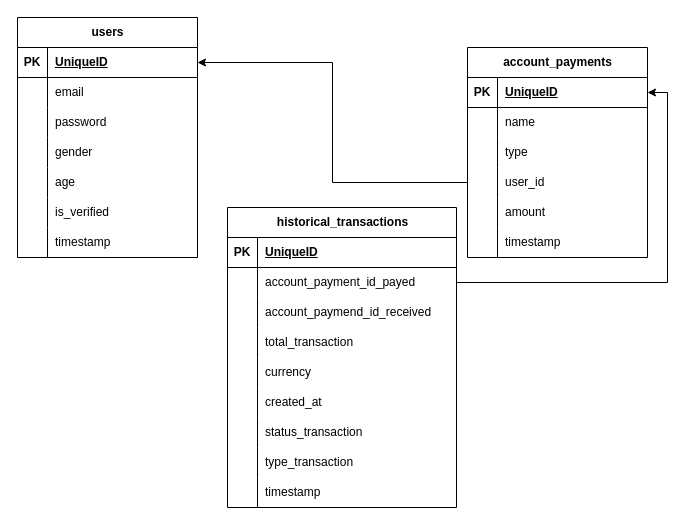
Earlier version of the draw.io diagram entity_relation.drawio (aryadiahmad4689/be-assignment). Source tidied: cells renumbered, new cells numbered last; positions are measured from the earlier drawing's top-left corner, leaving out a move shared by most shapes. Both pictures are drawn from the tidied source at 100%, with x=0, y=0 at pixel (17, 17).
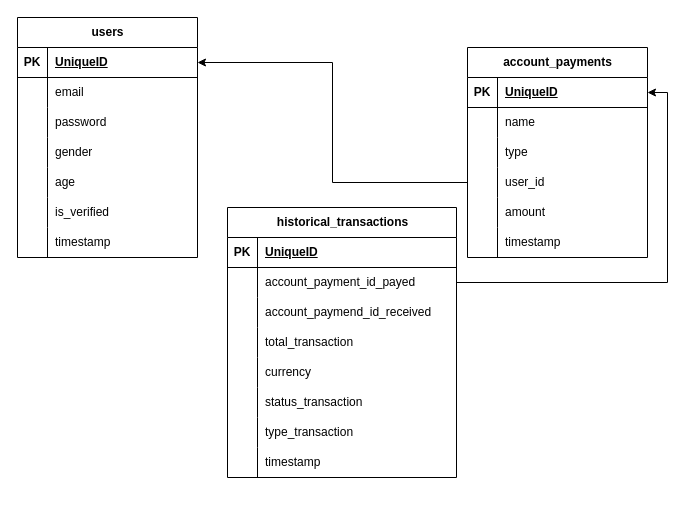
Above is the later version.

The edit, as a diff of the source:
```diff
@@
     <mxCell id="44" value="historical_transactions" style="shape=table;startSize=30;childLayout=tableLayout;rowLines=0;fontStyle=1;align=center;html=1;" parent="1" vertex="1">
-      <mxGeometry x="210" y="190" width="229" height="300" as="geometry" />
+      <mxGeometry x="210" y="190" width="229" height="270" as="geometry" />
     </mxCell>
@@
-    <mxCell id="60" style="shape=tableRow;horizontal=0;startSize=0;swimlaneHead=0;swimlaneBody=0;fillColor=none;top=0;left=0;right=0;bottom=0;" parent="44" vertex="1">
-      <mxGeometry y="180" width="229" height="30" as="geometry" />
-    </mxCell>
-    <mxCell id="61" style="shape=partialRectangle;fillColor=none;top=0;left=0;bottom=0;right=0;overflow=hidden;whiteSpace=wrap;html=1;" parent="60" vertex="1">
-      <mxGeometry width="30" height="30" as="geometry" />
-    </mxCell>
-    <mxCell id="62" value="created_at" style="shape=partialRectangle;fillColor=none;top=0;left=0;bottom=0;right=0;align=left;spacingLeft=6;overflow=hidden;whiteSpace=wrap;html=1;" parent="60" vertex="1">
-      <mxGeometry x="30" width="199" height="30" as="geometry" />
-    </mxCell>
     <mxCell id="63" style="shape=tableRow;horizontal=0;startSize=0;swimlaneHead=0;swimlaneBody=0;fillColor=none;top=0;left=0;right=0;bottom=0;" parent="44" vertex="1">
-      <mxGeometry y="210" width="229" height="30" as="geometry" />
+      <mxGeometry y="180" width="229" height="30" as="geometry" />
     </mxCell>
@@
     <mxCell id="66" style="shape=tableRow;horizontal=0;startSize=0;swimlaneHead=0;swimlaneBody=0;fillColor=none;top=0;left=0;right=0;bottom=0;" parent="44" vertex="1">
-      <mxGeometry y="240" width="229" height="30" as="geometry" />
+      <mxGeometry y="210" width="229" height="30" as="geometry" />
     </mxCell>
@@
     <mxCell id="69" style="shape=tableRow;horizontal=0;startSize=0;swimlaneHead=0;swimlaneBody=0;fillColor=none;top=0;left=0;right=0;bottom=0;" parent="44" vertex="1">
-      <mxGeometry y="270" width="229" height="30" as="geometry" />
+      <mxGeometry y="240" width="229" height="30" as="geometry" />
     </mxCell>
```
